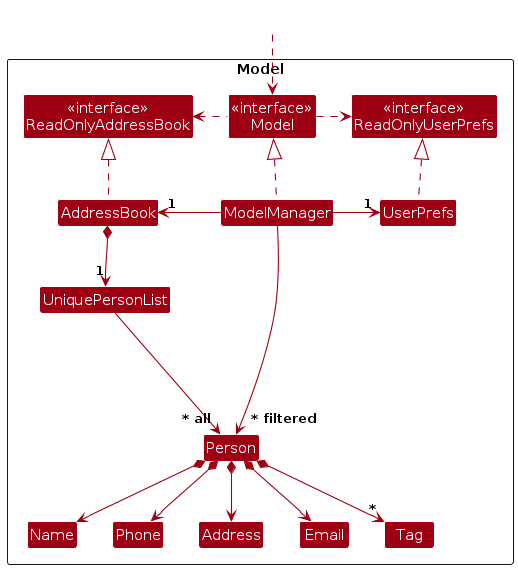
AY2627S1-CS2103T-T09-3/tp keeps this PlantUML diagram as diagrams/ModelClassDiagram.png. Above is the earlier version. Its source is kept beside it as diagrams/ModelClassDiagram.puml.
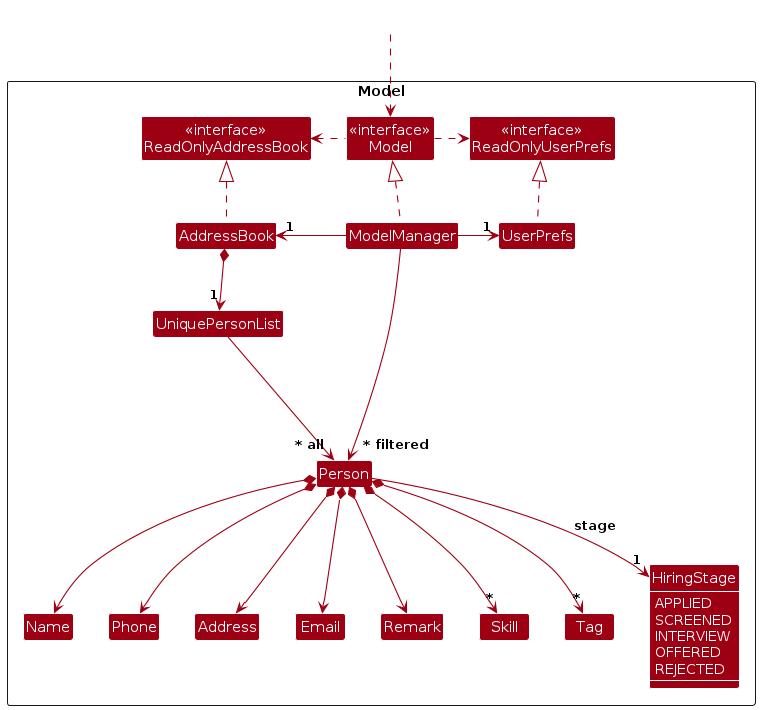
Later version of the same file.

Diff of the diagram source:
```diff
@@ -3,6 +3,7 @@
 skinparam arrowThickness 1.1
 skinparam arrowColor MODEL_COLOR
 skinparam classBackgroundColor MODEL_COLOR
+skinparam classAttributeFontColor #FFFFFF
 
 Package Model as ModelPackage <<Rectangle>>{
 Class "<<interface>>\nReadOnlyAddressBook" as ReadOnlyAddressBook
@@ -18,10 +19,22 @@
 Class Email
 Class Name
 Class Phone
+Class Remark
+Class Skill
 Class Tag
+
+enum HiringStage {
+    APPLIED
+    SCREENED
+    INTERVIEW
+    OFFERED
+    REJECTED
+}
 
 Class I #FFFFFF
 }
+
+show HiringStage members
 
 Class HiddenOutside #FFFFFF
 HiddenOutside ..> Model
@@ -41,7 +54,10 @@
 Person *--> Phone
 Person *--> Email
 Person *--> Address
+Person *--> Remark
+Person *--> "*" Skill
 Person *--> "*" Tag
+Person --> "1" HiringStage : stage
 
 Person -[hidden]up--> I
 UniquePersonList -[hidden]right-> I
```
